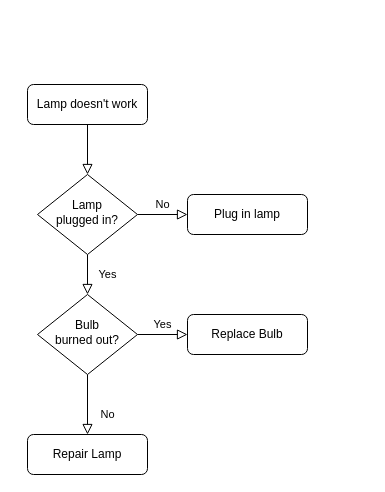
Before: MovementFlowChart.drawio in 198cm/GhostChess, a draw.io diagram. Source tidied: cells renumbered, new cells numbered last; positions are measured from the earlier drawing's top-left corner, leaving out a move shared by most shapes. Both pictures are drawn from the tidied source at 100%, with x=0, y=0 at pixel (27, 84). Pictures stored in the file or linked from it are replaced by grey dashed boxes.
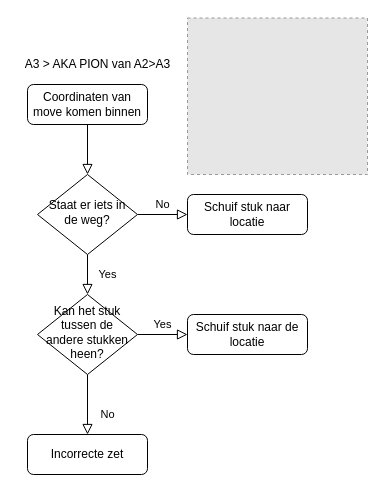
Above is the later version.

What changed in the source:
```diff
@@
 <mxGraphModel>
   <root>
     <mxCell id="0" />
     <mxCell id="1" parent="0" />
     <mxCell id="2" style="rounded=0;html=1;jettySize=auto;fontSize=11;endArrow=block;endFill=0;endSize=8;strokeWidth=1;shadow=0;labelBackgroundColor=none;edgeStyle=orthogonalEdgeStyle;" parent="1" edge="1" source="3" target="6">
       <mxGeometry relative="1" as="geometry" />
     </mxCell>
-    <mxCell id="3" value="Lamp doesn't work" style="rounded=1;whiteSpace=wrap;html=1;fontSize=12;glass=0;strokeWidth=1;shadow=0;" parent="1" vertex="1">
+    <mxCell id="3" value="Coordinaten van move komen binnen" style="rounded=1;whiteSpace=wrap;html=1;fontSize=12;glass=0;strokeWidth=1;shadow=0;" parent="1" vertex="1">
       <mxGeometry width="120" height="40" as="geometry" />
     </mxCell>
     <mxCell id="4" value="Yes" style="rounded=0;html=1;jettySize=auto;fontSize=11;endArrow=block;endFill=0;endSize=8;strokeWidth=1;shadow=0;labelBackgroundColor=none;edgeStyle=orthogonalEdgeStyle;" parent="1" edge="1" source="6" target="10">
       <mxGeometry y="20" relative="1" as="geometry" />
     </mxCell>
     <mxCell id="5" value="No" style="edgeStyle=orthogonalEdgeStyle;rounded=0;html=1;jettySize=auto;fontSize=11;endArrow=block;endFill=0;endSize=8;strokeWidth=1;shadow=0;labelBackgroundColor=none;" parent="1" edge="1" source="6" target="7">
       <mxGeometry y="10" relative="1" as="geometry" />
     </mxCell>
-    <mxCell id="6" value="Lamp&lt;br&gt;plugged in?" style="rhombus;whiteSpace=wrap;html=1;shadow=0;fontFamily=Helvetica;fontSize=12;align=center;strokeWidth=1;spacing=6;spacingTop=-4;" parent="1" vertex="1">
+    <mxCell id="6" value="Staat er iets in de weg?" style="rhombus;whiteSpace=wrap;html=1;shadow=0;fontFamily=Helvetica;fontSize=12;align=center;strokeWidth=1;spacing=6;spacingTop=-4;" parent="1" vertex="1">
       <mxGeometry x="10" y="90" width="100" height="80" as="geometry" />
     </mxCell>
-    <mxCell id="7" value="Plug in lamp" style="rounded=1;whiteSpace=wrap;html=1;fontSize=12;glass=0;strokeWidth=1;shadow=0;" parent="1" vertex="1">
+    <mxCell id="7" value="Schuif stuk naar locatie" style="rounded=1;whiteSpace=wrap;html=1;fontSize=12;glass=0;strokeWidth=1;shadow=0;" parent="1" vertex="1">
       <mxGeometry x="160" y="110" width="120" height="40" as="geometry" />
     </mxCell>
     <mxCell id="8" value="No" style="rounded=0;html=1;jettySize=auto;fontSize=11;endArrow=block;endFill=0;endSize=8;strokeWidth=1;shadow=0;labelBackgroundColor=none;edgeStyle=orthogonalEdgeStyle;" parent="1" edge="1" source="10" target="11">
       <mxGeometry x="0.33" y="20" relative="1" as="geometry" />
     </mxCell>
     <mxCell id="9" value="Yes" style="edgeStyle=orthogonalEdgeStyle;rounded=0;html=1;jettySize=auto;fontSize=11;endArrow=block;endFill=0;endSize=8;strokeWidth=1;shadow=0;labelBackgroundColor=none;" parent="1" edge="1" source="10" target="12">
       <mxGeometry y="10" relative="1" as="geometry" />
     </mxCell>
-    <mxCell id="10" value="Bulb&lt;br&gt;burned out?" style="rhombus;whiteSpace=wrap;html=1;shadow=0;fontFamily=Helvetica;fontSize=12;align=center;strokeWidth=1;spacing=6;spacingTop=-4;" parent="1" vertex="1">
+    <mxCell id="10" value="Kan het stuk tussen de andere stukken heen?" style="rhombus;whiteSpace=wrap;html=1;shadow=0;fontFamily=Helvetica;fontSize=12;align=center;strokeWidth=1;spacing=6;spacingTop=-4;" parent="1" vertex="1">
       <mxGeometry x="10" y="210" width="100" height="80" as="geometry" />
     </mxCell>
-    <mxCell id="11" value="Repair Lamp" style="rounded=1;whiteSpace=wrap;html=1;fontSize=12;glass=0;strokeWidth=1;shadow=0;" parent="1" vertex="1">
+    <mxCell id="11" value="Incorrecte zet" style="rounded=1;whiteSpace=wrap;html=1;fontSize=12;glass=0;strokeWidth=1;shadow=0;" parent="1" vertex="1">
       <mxGeometry y="350" width="120" height="40" as="geometry" />
     </mxCell>
-    <mxCell id="12" value="Replace Bulb" style="rounded=1;whiteSpace=wrap;html=1;fontSize=12;glass=0;strokeWidth=1;shadow=0;" parent="1" vertex="1">
+    <mxCell id="12" value="Schuif stuk naar de locatie" style="rounded=1;whiteSpace=wrap;html=1;fontSize=12;glass=0;strokeWidth=1;shadow=0;" parent="1" vertex="1">
       <mxGeometry x="160" y="230" width="120" height="40" as="geometry" />
     </mxCell>
+    <mxCell id="13" style="fillColor=#E6E6E6;strokeColor=#999999;dashed=1;verticalLabelPosition=bottom;labelBackgroundColor=#ffffff;verticalAlign=top;" parent="1" vertex="1">
+      <mxGeometry x="160" y="-66.5" width="180" height="156.5" as="geometry" />
+    </mxCell>
+    <mxCell id="14" value="A3 &amp;gt; AKA PION van A2&amp;gt;A3" style="text;html=1;align=center;verticalAlign=middle;strokeColor=none;fillColor=none;" parent="1" vertex="1">
+      <mxGeometry x="-10" y="-30" width="160" height="20" as="geometry" />
+    </mxCell>
   </root>
 </mxGraphModel>
```
